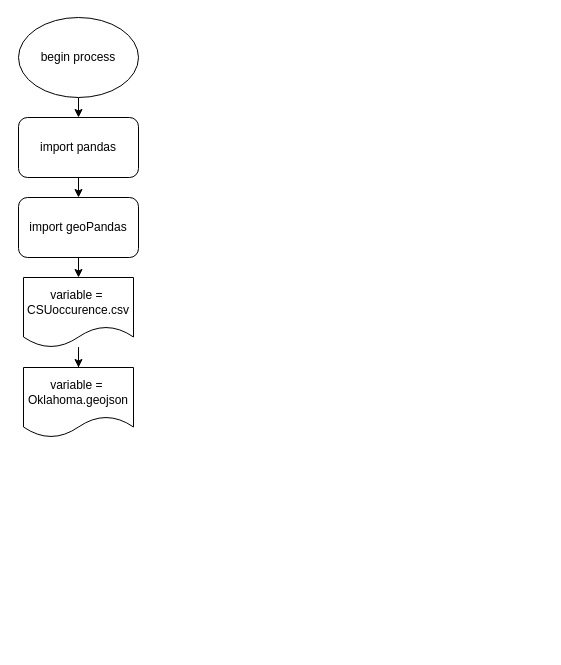
Before: wrightCapstoneFlowchart.drawio in Mwright710788/pythonScripting, a draw.io diagram. Source tidied: cells renumbered, new cells numbered last; positions are measured from the earlier drawing's top-left corner, leaving out a move shared by most shapes. Both pictures are drawn from the tidied source at 100%, with x=0, y=0 at pixel (18, 17).
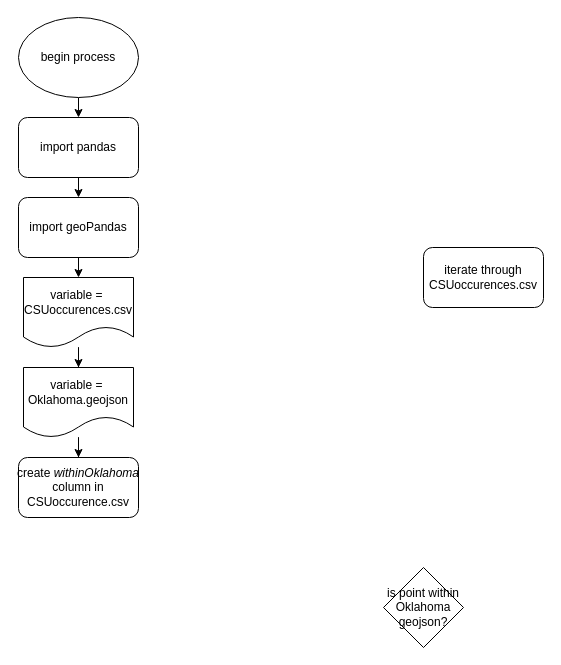
After the change.

Change to the diagram source:
```diff
@@
 <mxGraphModel>
   <root>
     <mxCell id="0" />
     <mxCell id="1" parent="0" />
     <mxCell id="2" style="edgeStyle=orthogonalEdgeStyle;rounded=0;jettySize=auto;html=1;entryX=0.5;entryY=0;entryDx=0;entryDy=0;" parent="1" edge="1" source="3" target="10">
       <mxGeometry relative="1" as="geometry" />
     </mxCell>
-    <mxCell id="3" value="&lt;div&gt;variable =&amp;nbsp;&lt;/div&gt;CSUoccurence.csv" style="shape=document;whiteSpace=wrap;html=1;boundedLbl=1;" parent="1" vertex="1">
+    <mxCell id="3" value="&lt;div&gt;variable =&amp;nbsp;&lt;/div&gt;CSUoccurences.csv" style="shape=document;whiteSpace=wrap;html=1;boundedLbl=1;" parent="1" vertex="1">
       <mxGeometry x="5" y="260" width="110" height="70" as="geometry" />
     </mxCell>
     <mxCell id="4" style="edgeStyle=orthogonalEdgeStyle;rounded=0;jettySize=auto;html=1;exitX=0.5;exitY=1;exitDx=0;exitDy=0;entryX=0.5;entryY=0;entryDx=0;entryDy=0;" parent="1" edge="1" source="5" target="7">
       <mxGeometry relative="1" as="geometry" />
     </mxCell>
     <mxCell id="5" value="begin process" style="ellipse;whiteSpace=wrap;html=1;" parent="1" vertex="1">
       <mxGeometry width="120" height="80" as="geometry" />
     </mxCell>
     <mxCell id="6" style="edgeStyle=orthogonalEdgeStyle;rounded=0;jettySize=auto;html=1;exitX=0.5;exitY=1;exitDx=0;exitDy=0;entryX=0.5;entryY=0;entryDx=0;entryDy=0;" parent="1" edge="1" source="7" target="9">
       <mxGeometry relative="1" as="geometry" />
     </mxCell>
     <mxCell id="7" value="import pandas" style="rounded=1;whiteSpace=wrap;html=1;" parent="1" vertex="1">
       <mxGeometry y="100" width="120" height="60" as="geometry" />
     </mxCell>
     <mxCell id="8" style="edgeStyle=orthogonalEdgeStyle;rounded=0;jettySize=auto;html=1;exitX=0.5;exitY=1;exitDx=0;exitDy=0;entryX=0.5;entryY=0;entryDx=0;entryDy=0;" parent="1" edge="1" source="9" target="3">
       <mxGeometry relative="1" as="geometry" />
     </mxCell>
     <mxCell id="9" value="import geoPandas" style="rounded=1;whiteSpace=wrap;html=1;" parent="1" vertex="1">
       <mxGeometry y="180" width="120" height="60" as="geometry" />
     </mxCell>
+    <mxCell id="11" style="edgeStyle=orthogonalEdgeStyle;rounded=0;jettySize=auto;html=1;entryX=0.5;entryY=0;entryDx=0;entryDy=0;" parent="1" edge="1" source="10" target="14">
+      <mxGeometry relative="1" as="geometry" />
+    </mxCell>
     <mxCell id="10" value="&lt;div&gt;variable =&amp;nbsp;&lt;/div&gt;Oklahoma.geojson" style="shape=document;whiteSpace=wrap;html=1;boundedLbl=1;" parent="1" vertex="1">
       <mxGeometry x="5" y="350" width="110" height="70" as="geometry" />
     </mxCell>
+    <mxCell id="12" value="iterate through&lt;div&gt;CSUoccurences.csv&lt;/div&gt;" style="rounded=1;whiteSpace=wrap;html=1;" parent="1" vertex="1">
+      <mxGeometry x="405" y="230" width="120" height="60" as="geometry" />
+    </mxCell>
+    <mxCell id="13" value="is point within&lt;div&gt;Oklahoma&lt;/div&gt;&lt;div&gt;geojson?&lt;/div&gt;" style="rhombus;whiteSpace=wrap;html=1;" parent="1" vertex="1">
+      <mxGeometry x="365" y="550" width="80" height="80" as="geometry" />
+    </mxCell>
+    <mxCell id="14" value="create&amp;nbsp;&lt;i&gt;withinOklahoma&lt;/i&gt;&lt;div&gt;column in CSUoccurence.csv&lt;/div&gt;" style="rounded=1;whiteSpace=wrap;html=1;" parent="1" vertex="1">
+      <mxGeometry y="440" width="120" height="60" as="geometry" />
+    </mxCell>
   </root>
 </mxGraphModel>
```
